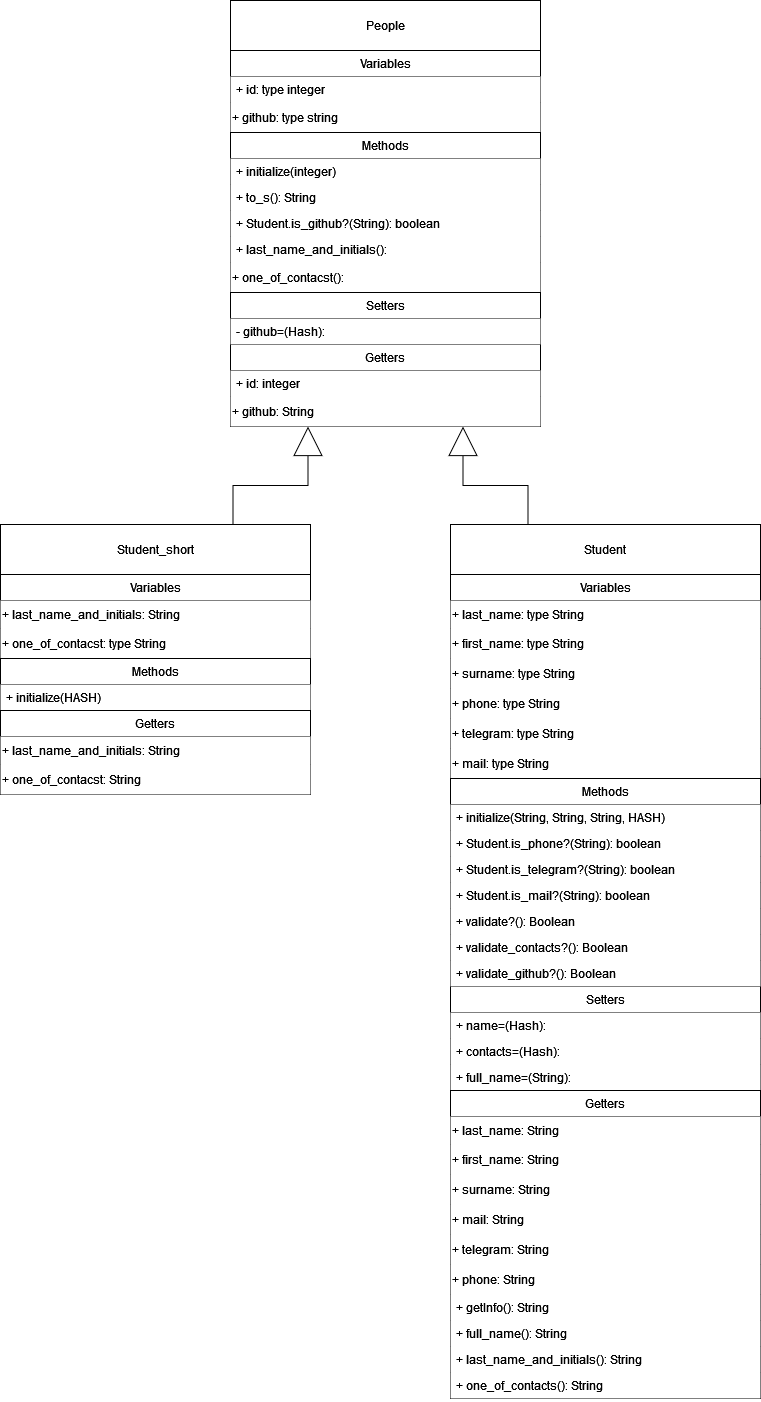
Earlier version of the draw.io export Ruby_Kernel_classes_and_models/class_diagram.png (KIJEMORI/Design_Patterns_Ruby). Source tidied: cells renumbered, new cells last; positions are measured from the earlier drawing's top-left corner, leaving out a move shared by most shapes.
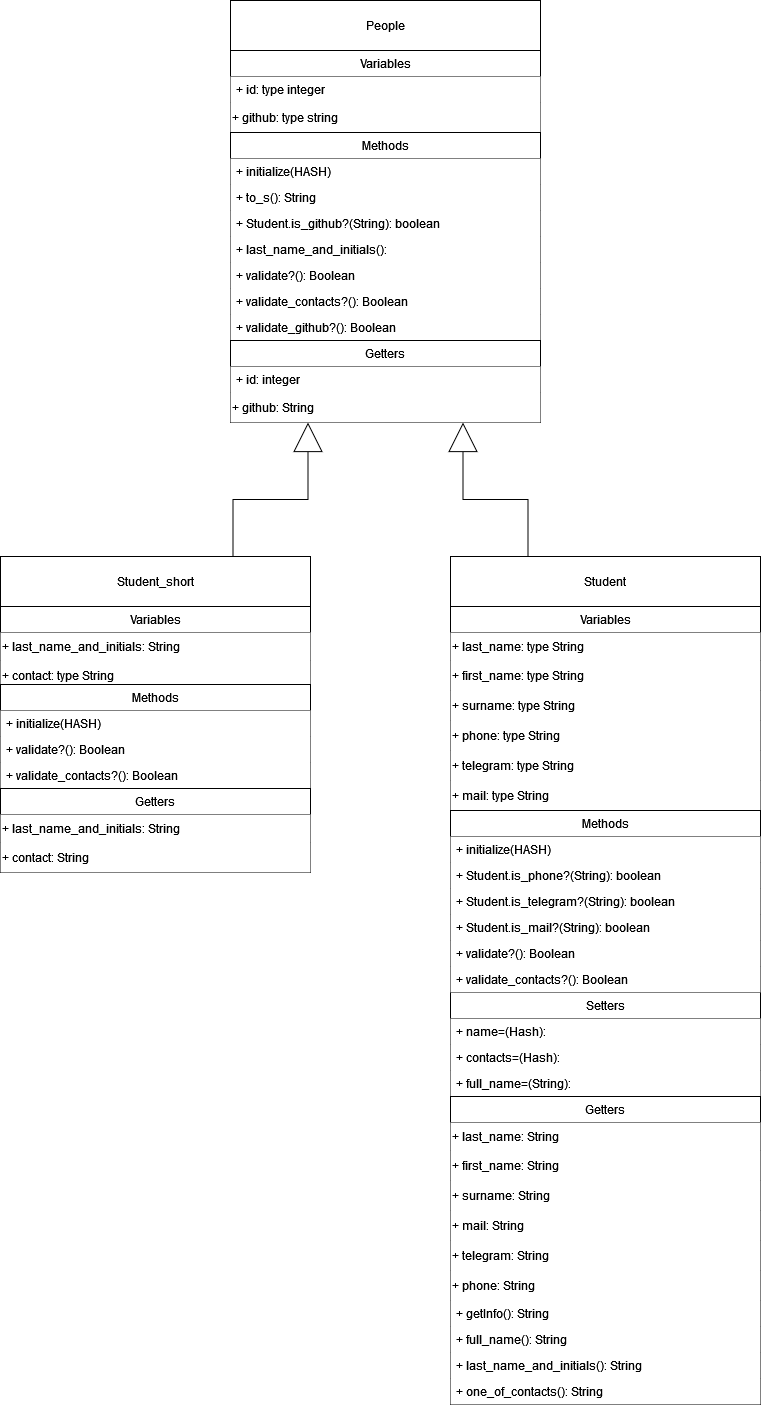
Above is the later version.

Commit message:
Lab 2 | Task 2 | fix diagram and delete private method

The edit, as a diff of the source:
```diff
@@ -3,7 +3,7 @@
     <mxCell id="0" />
     <mxCell id="1" parent="0" />
     <mxCell id="2" value="Setters" style="swimlane;fontStyle=0;horizontal=1;startSize=26;fillColor=default;whiteSpace=wrap;html=1;" parent="1" vertex="1">
-      <mxGeometry x="450" y="986" width="310" height="104" as="geometry" />
+      <mxGeometry x="450" y="1094" width="310" height="104" as="geometry" />
     </mxCell>
     <mxCell id="3" value="+ name=(Hash):" style="text;strokeColor=none;fillColor=#FFFFFF;align=left;verticalAlign=top;spacingLeft=4;spacingRight=4;overflow=hidden;whiteSpace=wrap;html=1;" parent="2" vertex="1">
       <mxGeometry y="26" width="310" height="26" as="geometry" />
@@ -15,7 +15,7 @@
       <mxGeometry y="78" width="310" height="26" as="geometry" />
     </mxCell>
     <mxCell id="6" value="Getters" style="swimlane;fontStyle=0;horizontal=1;startSize=26;fillColor=default;whiteSpace=wrap;html=1;" parent="1" vertex="1">
-      <mxGeometry x="450" y="1090" width="310" height="308" as="geometry" />
+      <mxGeometry x="450" y="1198" width="310" height="308" as="geometry" />
     </mxCell>
     <mxCell id="7" value="&lt;div&gt;+ last_name: String&lt;br&gt;&lt;/div&gt;" style="text;html=1;align=left;verticalAlign=middle;whiteSpace=wrap;rounded=0;fillColor=#FFFFFF;" parent="6" vertex="1">
       <mxGeometry y="26" width="310" height="28" as="geometry" />
@@ -51,10 +51,10 @@
       <mxGeometry relative="1" as="geometry" />
     </mxCell>
     <mxCell id="18" value="Student" style="html=1;whiteSpace=wrap;" parent="1" vertex="1">
-      <mxGeometry x="450" y="524" width="310" height="50" as="geometry" />
+      <mxGeometry x="450" y="658" width="310" height="50" as="geometry" />
     </mxCell>
     <mxCell id="19" value="Variables" style="swimlane;fontStyle=0;horizontal=1;startSize=26;fillColor=default;whiteSpace=wrap;html=1;" parent="1" vertex="1">
-      <mxGeometry x="450" y="574" width="310" height="204" as="geometry" />
+      <mxGeometry x="450" y="708" width="310" height="204" as="geometry" />
     </mxCell>
     <mxCell id="20" value="&lt;div&gt;+ last_name: type String&lt;br&gt;&lt;/div&gt;" style="text;html=1;align=left;verticalAlign=middle;whiteSpace=wrap;rounded=0;fillColor=#FFFFFF;" parent="19" vertex="1">
       <mxGeometry y="26" width="310" height="28" as="geometry" />
@@ -74,32 +74,38 @@
     <mxCell id="25" value="&lt;div&gt;+ mail: type String&lt;br&gt;&lt;/div&gt;" style="text;html=1;align=left;verticalAlign=middle;whiteSpace=wrap;rounded=0;fillColor=#FFFFFF;" parent="19" vertex="1">
       <mxGeometry y="174" width="310" height="30" as="geometry" />
     </mxCell>
-    <mxCell id="26" style="edgeStyle=orthogonalEdgeStyle;rounded=0;jettySize=auto;html=1;exitX=0.75;exitY=0;exitDx=0;exitDy=0;entryX=0.25;entryY=1;entryDx=0;entryDy=0;endArrow=block;endFill=0;endSize=27;" parent="1" edge="1" source="27" target="46">
+    <mxCell id="26" style="edgeStyle=orthogonalEdgeStyle;rounded=0;jettySize=auto;html=1;exitX=0.75;exitY=0;exitDx=0;exitDy=0;entryX=0.25;entryY=1;entryDx=0;entryDy=0;endArrow=block;endFill=0;endSize=27;" parent="1" edge="1" source="27" target="48">
       <mxGeometry relative="1" as="geometry" />
     </mxCell>
     <mxCell id="27" value="Student_short" style="html=1;whiteSpace=wrap;" parent="1" vertex="1">
-      <mxGeometry y="524" width="310" height="50" as="geometry" />
+      <mxGeometry y="658" width="310" height="50" as="geometry" />
     </mxCell>
     <mxCell id="28" value="Variables" style="swimlane;fontStyle=0;horizontal=1;startSize=26;fillColor=default;whiteSpace=wrap;html=1;" parent="1" vertex="1">
-      <mxGeometry y="574" width="310" height="84" as="geometry" />
+      <mxGeometry y="708" width="310" height="84" as="geometry" />
     </mxCell>
     <mxCell id="29" value="+ last_name_and_initials: String" style="text;html=1;align=left;verticalAlign=middle;whiteSpace=wrap;rounded=0;fillColor=#FFFFFF;" parent="28" vertex="1">
       <mxGeometry y="26" width="310" height="28" as="geometry" />
     </mxCell>
-    <mxCell id="30" value="&lt;div&gt;+ one_of_contacst: type String&lt;br&gt;&lt;/div&gt;" style="text;html=1;align=left;verticalAlign=middle;whiteSpace=wrap;rounded=0;fillColor=#FFFFFF;" parent="28" vertex="1">
+    <mxCell id="30" value="&lt;div&gt;+ contact: type String&lt;br&gt;&lt;/div&gt;" style="text;html=1;align=left;verticalAlign=middle;whiteSpace=wrap;rounded=0;fillColor=#FFFFFF;" parent="28" vertex="1">
       <mxGeometry y="54" width="310" height="30" as="geometry" />
     </mxCell>
     <mxCell id="31" value="Methods" style="swimlane;fontStyle=0;horizontal=1;startSize=26;fillColor=default;whiteSpace=wrap;html=1;" parent="1" vertex="1">
-      <mxGeometry y="658" width="310" height="52" as="geometry" />
+      <mxGeometry y="786" width="310" height="104" as="geometry" />
     </mxCell>
     <mxCell id="32" value="+ initialize(HASH)" style="text;strokeColor=none;fillColor=#FFFFFF;align=left;verticalAlign=top;spacingLeft=4;spacingRight=4;overflow=hidden;whiteSpace=wrap;html=1;" parent="31" vertex="1">
       <mxGeometry y="26" width="310" height="26" as="geometry" />
     </mxCell>
+    <mxCell id="59" value="+ validate?(): Boolean" style="text;strokeColor=none;fillColor=#FFFFFF;align=left;verticalAlign=top;spacingLeft=4;spacingRight=4;overflow=hidden;whiteSpace=wrap;html=1;" parent="31" vertex="1">
+      <mxGeometry y="52" width="310" height="26" as="geometry" />
+    </mxCell>
+    <mxCell id="60" value="+ validate_contacts?(): Boolean" style="text;strokeColor=none;fillColor=#FFFFFF;align=left;verticalAlign=top;spacingLeft=4;spacingRight=4;overflow=hidden;whiteSpace=wrap;html=1;" parent="31" vertex="1">
+      <mxGeometry y="78" width="310" height="26" as="geometry" />
+    </mxCell>
     <mxCell id="33" value="People" style="html=1;whiteSpace=wrap;" parent="1" vertex="1">
-      <mxGeometry x="230" width="310" height="50" as="geometry" />
+      <mxGeometry x="230" y="102" width="310" height="50" as="geometry" />
     </mxCell>
     <mxCell id="34" value="Variables" style="swimlane;fontStyle=0;horizontal=1;startSize=26;fillColor=default;whiteSpace=wrap;html=1;" parent="1" vertex="1">
-      <mxGeometry x="230" y="50" width="310" height="82" as="geometry" />
+      <mxGeometry x="230" y="152" width="310" height="82" as="geometry" />
     </mxCell>
     <mxCell id="35" value="&lt;div&gt;+ id: type integer&lt;/div&gt;" style="text;strokeColor=none;fillColor=#FFFFFF;align=left;verticalAlign=top;spacingLeft=4;spacingRight=4;overflow=hidden;whiteSpace=wrap;html=1;" parent="34" vertex="1">
       <mxGeometry y="26" width="310" height="26" as="geometry" />
@@ -108,9 +114,9 @@
       <mxGeometry y="52" width="310" height="30" as="geometry" />
     </mxCell>
     <mxCell id="37" value="Methods" style="swimlane;fontStyle=0;horizontal=1;startSize=26;fillColor=default;whiteSpace=wrap;html=1;" parent="1" vertex="1">
-      <mxGeometry x="230" y="132" width="310" height="160" as="geometry" />
+      <mxGeometry x="230" y="234" width="310" height="208" as="geometry" />
     </mxCell>
-    <mxCell id="38" value="+ initialize(integer)" style="text;strokeColor=none;fillColor=#FFFFFF;align=left;verticalAlign=top;spacingLeft=4;spacingRight=4;overflow=hidden;whiteSpace=wrap;html=1;" parent="37" vertex="1">
+    <mxCell id="38" value="+ initialize(HASH)" style="text;strokeColor=none;fillColor=#FFFFFF;align=left;verticalAlign=top;spacingLeft=4;spacingRight=4;overflow=hidden;whiteSpace=wrap;html=1;" parent="37" vertex="1">
       <mxGeometry y="26" width="310" height="26" as="geometry" />
     </mxCell>
     <mxCell id="39" value="+ to_s(): String" style="text;strokeColor=none;fillColor=#FFFFFF;align=left;verticalAlign=top;spacingLeft=4;spacingRight=4;overflow=hidden;whiteSpace=wrap;html=1;" parent="37" vertex="1">
@@ -122,20 +128,26 @@
     <mxCell id="41" value="+ last_name_and_initials():" style="text;strokeColor=none;fillColor=#FFFFFF;align=left;verticalAlign=top;spacingLeft=4;spacingRight=4;overflow=hidden;whiteSpace=wrap;html=1;" parent="37" vertex="1">
       <mxGeometry y="104" width="310" height="26" as="geometry" />
     </mxCell>
-    <mxCell id="42" value="&lt;div&gt;+ one_of_contacst():&lt;br&gt;&lt;/div&gt;" style="text;html=1;align=left;verticalAlign=middle;whiteSpace=wrap;rounded=0;fillColor=#FFFFFF;" parent="37" vertex="1">
-      <mxGeometry y="130" width="310" height="30" as="geometry" />
-    </mxCell>
+    <mxCell id="61" value="+ validate?(): Boolean" style="text;strokeColor=none;fillColor=#FFFFFF;align=left;verticalAlign=top;spacingLeft=4;spacingRight=4;overflow=hidden;whiteSpace=wrap;html=1;" parent="37" vertex="1">
+      <mxGeometry y="130" width="310" height="26" as="geometry" />
+    </mxCell>
+    <mxCell id="62" value="+ validate_contacts?(): Boolean" style="text;strokeColor=none;fillColor=#FFFFFF;align=left;verticalAlign=top;spacingLeft=4;spacingRight=4;overflow=hidden;whiteSpace=wrap;html=1;" parent="37" vertex="1">
+      <mxGeometry y="156" width="310" height="26" as="geometry" />
+    </mxCell>
+    <mxCell id="56" value="+ validate_github?(): Boolean" style="text;strokeColor=none;fillColor=#FFFFFF;align=left;verticalAlign=top;spacingLeft=4;spacingRight=4;overflow=hidden;whiteSpace=wrap;html=1;" parent="37" vertex="1">
+      <mxGeometry y="182" width="310" height="26" as="geometry" />
+    </mxCell>
     <mxCell id="43" value="Getters" style="swimlane;fontStyle=0;horizontal=1;startSize=26;fillColor=default;whiteSpace=wrap;html=1;" parent="1" vertex="1">
-      <mxGeometry y="710" width="310" height="84" as="geometry" />
+      <mxGeometry y="890" width="310" height="84" as="geometry" />
     </mxCell>
     <mxCell id="44" value="+ last_name_and_initials: String" style="text;html=1;align=left;verticalAlign=middle;whiteSpace=wrap;rounded=0;fillColor=#FFFFFF;" parent="43" vertex="1">
       <mxGeometry y="26" width="310" height="28" as="geometry" />
     </mxCell>
-    <mxCell id="45" value="&lt;div&gt;+ one_of_contacst: String&lt;br&gt;&lt;/div&gt;" style="text;html=1;align=left;verticalAlign=middle;whiteSpace=wrap;rounded=0;fillColor=#FFFFFF;" parent="43" vertex="1">
+    <mxCell id="45" value="&lt;div&gt;+ contact: String&lt;br&gt;&lt;/div&gt;" style="text;html=1;align=left;verticalAlign=middle;whiteSpace=wrap;rounded=0;fillColor=#FFFFFF;" parent="43" vertex="1">
       <mxGeometry y="54" width="310" height="30" as="geometry" />
     </mxCell>
     <mxCell id="46" value="Getters" style="swimlane;fontStyle=0;horizontal=1;startSize=26;fillColor=default;whiteSpace=wrap;html=1;" parent="1" vertex="1">
-      <mxGeometry x="230" y="344" width="310" height="82" as="geometry" />
+      <mxGeometry x="230" y="442" width="310" height="82" as="geometry" />
     </mxCell>
     <mxCell id="47" value="&lt;div&gt;+ id: integer&lt;/div&gt;" style="text;strokeColor=none;fillColor=#FFFFFF;align=left;verticalAlign=top;spacingLeft=4;spacingRight=4;overflow=hidden;whiteSpace=wrap;html=1;" parent="46" vertex="1">
       <mxGeometry y="26" width="310" height="26" as="geometry" />
@@ -144,9 +156,9 @@
       <mxGeometry y="52" width="310" height="30" as="geometry" />
     </mxCell>
     <mxCell id="49" value="Methods" style="swimlane;fontStyle=0;horizontal=1;startSize=26;fillColor=default;whiteSpace=wrap;html=1;" parent="1" vertex="1">
-      <mxGeometry x="450" y="778" width="310" height="208" as="geometry" />
+      <mxGeometry x="450" y="912" width="310" height="182" as="geometry" />
     </mxCell>
-    <mxCell id="50" value="+ initialize(String, String, String, HASH)" style="text;strokeColor=none;fillColor=#FFFFFF;align=left;verticalAlign=top;spacingLeft=4;spacingRight=4;overflow=hidden;whiteSpace=wrap;html=1;" parent="49" vertex="1">
+    <mxCell id="50" value="+ initialize(HASH)" style="text;strokeColor=none;fillColor=#FFFFFF;align=left;verticalAlign=top;spacingLeft=4;spacingRight=4;overflow=hidden;whiteSpace=wrap;html=1;" parent="49" vertex="1">
       <mxGeometry y="26" width="310" height="26" as="geometry" />
     </mxCell>
     <mxCell id="51" value="+ Student.is_phone?(String): boolean" style="text;strokeColor=none;fillColor=#FFFFFF;align=left;verticalAlign=top;spacingLeft=4;spacingRight=4;overflow=hidden;whiteSpace=wrap;html=1;" parent="49" vertex="1">
@@ -164,14 +176,5 @@
     <mxCell id="55" value="+ validate_contacts?(): Boolean" style="text;strokeColor=none;fillColor=#FFFFFF;align=left;verticalAlign=top;spacingLeft=4;spacingRight=4;overflow=hidden;whiteSpace=wrap;html=1;" parent="49" vertex="1">
       <mxGeometry y="156" width="310" height="26" as="geometry" />
     </mxCell>
-    <mxCell id="56" value="+ validate_github?(): Boolean" style="text;strokeColor=none;fillColor=#FFFFFF;align=left;verticalAlign=top;spacingLeft=4;spacingRight=4;overflow=hidden;whiteSpace=wrap;html=1;" parent="49" vertex="1">
-      <mxGeometry y="182" width="310" height="26" as="geometry" />
-    </mxCell>
-    <mxCell id="57" value="Setters" style="swimlane;fontStyle=0;horizontal=1;startSize=26;fillColor=default;whiteSpace=wrap;html=1;" parent="1" vertex="1">
-      <mxGeometry x="230" y="292" width="310" height="52" as="geometry" />
-    </mxCell>
-    <mxCell id="58" value="- github=(Hash):" style="text;strokeColor=none;fillColor=#FFFFFF;align=left;verticalAlign=top;spacingLeft=4;spacingRight=4;overflow=hidden;whiteSpace=wrap;html=1;" parent="57" vertex="1">
-      <mxGeometry y="26" width="310" height="26" as="geometry" />
-    </mxCell>
   </root>
 </mxGraphModel>
```
